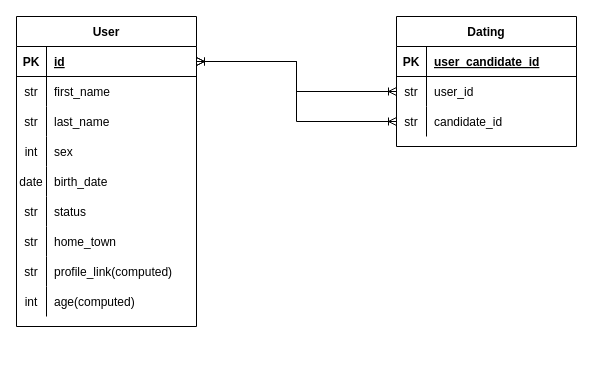
This is db_scheme.drawio from lawejr/netology_vkinder, a draw.io file, before an edit. Source tidied: cells renumbered, new cells numbered last; positions are measured from the earlier drawing's top-left corner, leaving out a move shared by most shapes. Both pictures are drawn from the tidied source at 100%, with x=0, y=0 at pixel (16, 16).
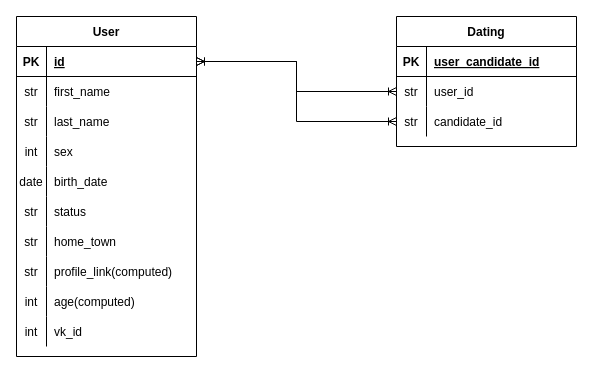
The same diagram, later.

What changed in the source:
```diff
@@
     <mxCell id="2" value="User" style="shape=table;startSize=30;childLayout=tableLayout;rowLines=0;fontStyle=1;align=center;" parent="1" vertex="1">
-      <mxGeometry width="180" height="310" as="geometry" />
+      <mxGeometry width="180" height="340" as="geometry" />
     </mxCell>
@@
+    <mxCell id="42" style="shape=partialRectangle;fillColor=none;top=0;left=0;bottom=0;right=0;" parent="2" vertex="1">
+      <mxGeometry y="300" width="180" height="30" as="geometry" />
+    </mxCell>
+    <mxCell id="43" value="int" style="shape=partialRectangle;fillColor=none;top=0;left=0;bottom=0;right=0;overflow=hidden;" parent="42" vertex="1">
+      <mxGeometry width="30" height="30" as="geometry" />
+    </mxCell>
+    <mxCell id="44" value="vk_id" style="shape=partialRectangle;fillColor=none;top=0;left=0;bottom=0;right=0;align=left;spacingLeft=6;overflow=hidden;" parent="42" vertex="1">
+      <mxGeometry x="30" width="150" height="30" as="geometry" />
+    </mxCell>
```
